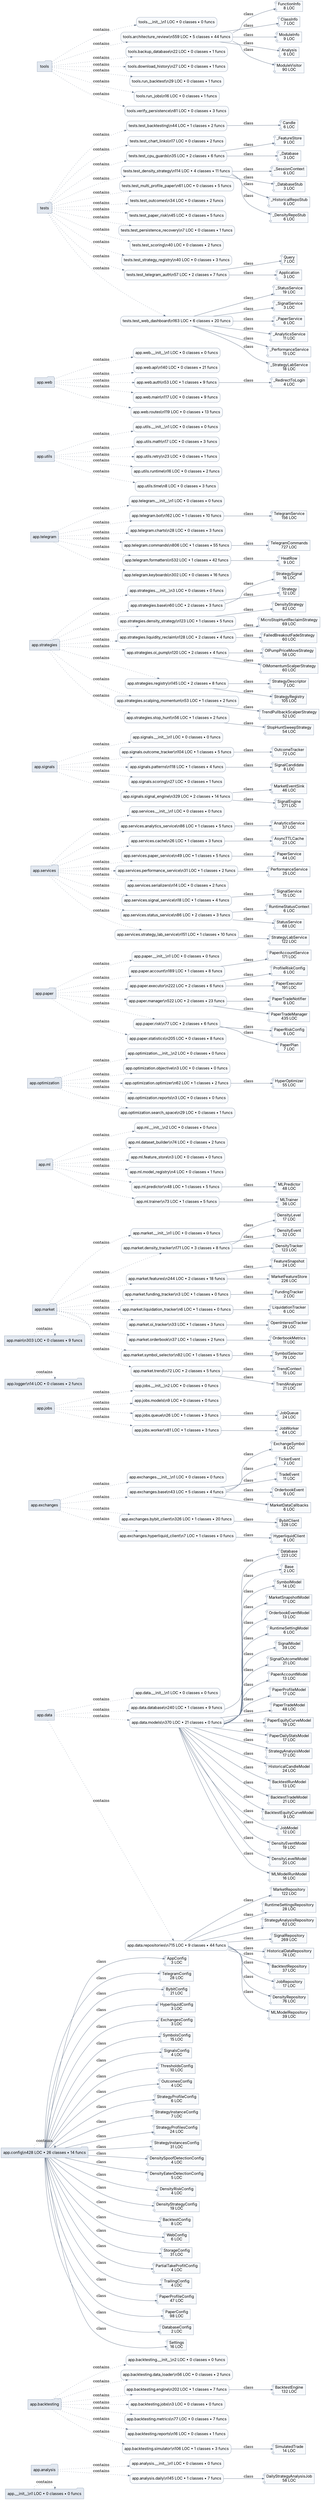
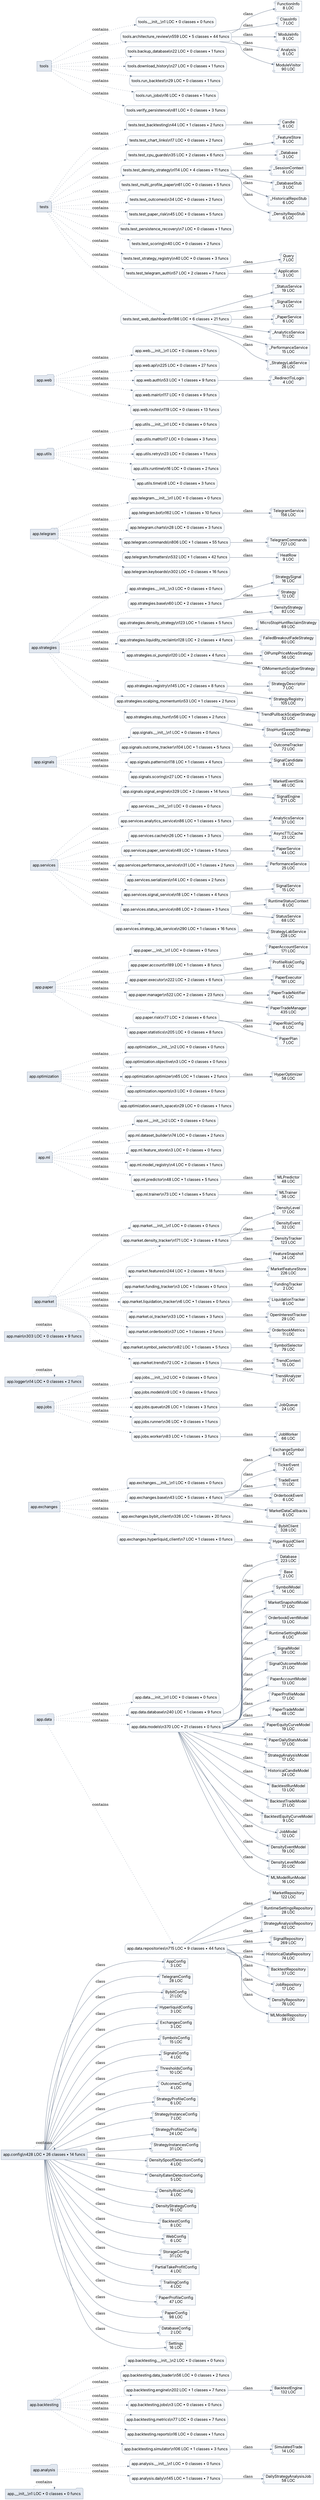
digraph architecture {
  graph [rankdir=LR, bgcolor="white", splines=true];
  node [shape=box, style="rounded,filled", fillcolor="#f8fafc", color="#94a3b8", fontname="Inter"];
  edge [color="#64748b", arrowsize=0.7];
  "app.__init__" [shape=folder, fillcolor="#e2e8f0"];
  "app.analysis" [shape=folder, fillcolor="#e2e8f0"];
  "app.backtesting" [shape=folder, fillcolor="#e2e8f0"];
  "app.config" [shape=folder, fillcolor="#e2e8f0"];
  "app.data" [shape=folder, fillcolor="#e2e8f0"];
  "app.exchanges" [shape=folder, fillcolor="#e2e8f0"];
  "app.jobs" [shape=folder, fillcolor="#e2e8f0"];
  "app.logger" [shape=folder, fillcolor="#e2e8f0"];
  "app.main" [shape=folder, fillcolor="#e2e8f0"];
  "app.market" [shape=folder, fillcolor="#e2e8f0"];
  "app.ml" [shape=folder, fillcolor="#e2e8f0"];
  "app.optimization" [shape=folder, fillcolor="#e2e8f0"];
  "app.paper" [shape=folder, fillcolor="#e2e8f0"];
  "app.services" [shape=folder, fillcolor="#e2e8f0"];
  "app.signals" [shape=folder, fillcolor="#e2e8f0"];
  "app.strategies" [shape=folder, fillcolor="#e2e8f0"];
  "app.telegram" [shape=folder, fillcolor="#e2e8f0"];
  "app.utils" [shape=folder, fillcolor="#e2e8f0"];
  "app.web" [shape=folder, fillcolor="#e2e8f0"];
  "tests" [shape=folder, fillcolor="#e2e8f0"];
  "tools" [shape=folder, fillcolor="#e2e8f0"];
  "app.__init__" [label="app.__init__\\n1 LOC • 0 classes • 0 funcs"];
  "app.__init__" -> "app.__init__" [style=dotted, label="contains"];
  "app.analysis.__init__" [label="app.analysis.__init__\\n1 LOC • 0 classes • 0 funcs"];
  "app.analysis" -> "app.analysis.__init__" [style=dotted, label="contains"];
  "app.analysis.daily" [label="app.analysis.daily\\n145 LOC • 1 classes • 7 funcs"];
  "app.analysis" -> "app.analysis.daily" [style=dotted, label="contains"];
  "app.analysis.daily.DailyStrategyAnalysisJob" [shape=component, label="DailyStrategyAnalysisJob\n58 LOC"];
  "app.analysis.daily" -> "app.analysis.daily.DailyStrategyAnalysisJob" [label="class"];
  "app.backtesting.__init__" [label="app.backtesting.__init__\\n2 LOC • 0 classes • 0 funcs"];
  "app.backtesting" -> "app.backtesting.__init__" [style=dotted, label="contains"];
  "app.backtesting.data_loader" [label="app.backtesting.data_loader\\n56 LOC • 0 classes • 2 funcs"];
  "app.backtesting" -> "app.backtesting.data_loader" [style=dotted, label="contains"];
  "app.backtesting.engine" [label="app.backtesting.engine\\n202 LOC • 1 classes • 7 funcs"];
  "app.backtesting" -> "app.backtesting.engine" [style=dotted, label="contains"];
  "app.backtesting.engine.BacktestEngine" [shape=component, label="BacktestEngine\n132 LOC"];
  "app.backtesting.engine" -> "app.backtesting.engine.BacktestEngine" [label="class"];
  "app.backtesting.jobs" [label="app.backtesting.jobs\\n3 LOC • 0 classes • 0 funcs"];
  "app.backtesting" -> "app.backtesting.jobs" [style=dotted, label="contains"];
  "app.backtesting.metrics" [label="app.backtesting.metrics\\n77 LOC • 0 classes • 7 funcs"];
  "app.backtesting" -> "app.backtesting.metrics" [style=dotted, label="contains"];
  "app.backtesting.reports" [label="app.backtesting.reports\\n16 LOC • 0 classes • 1 funcs"];
  "app.backtesting" -> "app.backtesting.reports" [style=dotted, label="contains"];
  "app.backtesting.simulator" [label="app.backtesting.simulator\\n106 LOC • 1 classes • 3 funcs"];
  "app.backtesting" -> "app.backtesting.simulator" [style=dotted, label="contains"];
  "app.backtesting.simulator.SimulatedTrade" [shape=component, label="SimulatedTrade\n14 LOC"];
  "app.backtesting.simulator" -> "app.backtesting.simulator.SimulatedTrade" [label="class"];
  "app.config" [label="app.config\\n428 LOC • 26 classes • 14 funcs"];
  "app.config" -> "app.config" [style=dotted, label="contains"];
  "app.config.AppConfig" [shape=component, label="AppConfig\n3 LOC"];
  "app.config" -> "app.config.AppConfig" [label="class"];
  "app.config.TelegramConfig" [shape=component, label="TelegramConfig\n28 LOC"];
  "app.config" -> "app.config.TelegramConfig" [label="class"];
  "app.config.BybitConfig" [shape=component, label="BybitConfig\n21 LOC"];
  "app.config" -> "app.config.BybitConfig" [label="class"];
  "app.config.HyperliquidConfig" [shape=component, label="HyperliquidConfig\n3 LOC"];
  "app.config" -> "app.config.HyperliquidConfig" [label="class"];
  "app.config.ExchangesConfig" [shape=component, label="ExchangesConfig\n3 LOC"];
  "app.config" -> "app.config.ExchangesConfig" [label="class"];
  "app.config.SymbolsConfig" [shape=component, label="SymbolsConfig\n15 LOC"];
  "app.config" -> "app.config.SymbolsConfig" [label="class"];
  "app.config.SignalsConfig" [shape=component, label="SignalsConfig\n4 LOC"];
  "app.config" -> "app.config.SignalsConfig" [label="class"];
  "app.config.ThresholdsConfig" [shape=component, label="ThresholdsConfig\n10 LOC"];
  "app.config" -> "app.config.ThresholdsConfig" [label="class"];
  "app.config.OutcomesConfig" [shape=component, label="OutcomesConfig\n4 LOC"];
  "app.config" -> "app.config.OutcomesConfig" [label="class"];
  "app.config.StrategyProfileConfig" [shape=component, label="StrategyProfileConfig\n6 LOC"];
  "app.config" -> "app.config.StrategyProfileConfig" [label="class"];
  "app.config.StrategyInstanceConfig" [shape=component, label="StrategyInstanceConfig\n7 LOC"];
  "app.config" -> "app.config.StrategyInstanceConfig" [label="class"];
  "app.config.StrategyProfilesConfig" [shape=component, label="StrategyProfilesConfig\n24 LOC"];
  "app.config" -> "app.config.StrategyProfilesConfig" [label="class"];
  "app.config.StrategyInstancesConfig" [shape=component, label="StrategyInstancesConfig\n31 LOC"];
  "app.config" -> "app.config.StrategyInstancesConfig" [label="class"];
  "app.config.DensitySpoofDetectionConfig" [shape=component, label="DensitySpoofDetectionConfig\n4 LOC"];
  "app.config" -> "app.config.DensitySpoofDetectionConfig" [label="class"];
  "app.config.DensityEatenDetectionConfig" [shape=component, label="DensityEatenDetectionConfig\n5 LOC"];
  "app.config" -> "app.config.DensityEatenDetectionConfig" [label="class"];
  "app.config.DensityRiskConfig" [shape=component, label="DensityRiskConfig\n4 LOC"];
  "app.config" -> "app.config.DensityRiskConfig" [label="class"];
  "app.config.DensityStrategyConfig" [shape=component, label="DensityStrategyConfig\n19 LOC"];
  "app.config" -> "app.config.DensityStrategyConfig" [label="class"];
  "app.config.BacktestConfig" [shape=component, label="BacktestConfig\n8 LOC"];
  "app.config" -> "app.config.BacktestConfig" [label="class"];
  "app.config.WebConfig" [shape=component, label="WebConfig\n6 LOC"];
  "app.config" -> "app.config.WebConfig" [label="class"];
  "app.config.StorageConfig" [shape=component, label="StorageConfig\n31 LOC"];
  "app.config" -> "app.config.StorageConfig" [label="class"];
  "app.config.PartialTakeProfitConfig" [shape=component, label="PartialTakeProfitConfig\n4 LOC"];
  "app.config" -> "app.config.PartialTakeProfitConfig" [label="class"];
  "app.config.TrailingConfig" [shape=component, label="TrailingConfig\n4 LOC"];
  "app.config" -> "app.config.TrailingConfig" [label="class"];
  "app.config.PaperProfileConfig" [shape=component, label="PaperProfileConfig\n47 LOC"];
  "app.config" -> "app.config.PaperProfileConfig" [label="class"];
  "app.config.PaperConfig" [shape=component, label="PaperConfig\n98 LOC"];
  "app.config" -> "app.config.PaperConfig" [label="class"];
  "app.config.DatabaseConfig" [shape=component, label="DatabaseConfig\n2 LOC"];
  "app.config" -> "app.config.DatabaseConfig" [label="class"];
  "app.config.Settings" [shape=component, label="Settings\n16 LOC"];
  "app.config" -> "app.config.Settings" [label="class"];
  "app.data.__init__" [label="app.data.__init__\\n1 LOC • 0 classes • 0 funcs"];
  "app.data" -> "app.data.__init__" [style=dotted, label="contains"];
  "app.data.database" [label="app.data.database\\n240 LOC • 1 classes • 9 funcs"];
  "app.data" -> "app.data.database" [style=dotted, label="contains"];
  "app.data.database.Database" [shape=component, label="Database\n223 LOC"];
  "app.data.database" -> "app.data.database.Database" [label="class"];
  "app.data.models" [label="app.data.models\\n370 LOC • 21 classes • 0 funcs"];
  "app.data" -> "app.data.models" [style=dotted, label="contains"];
  "app.data.models.Base" [shape=component, label="Base\n2 LOC"];
  "app.data.models" -> "app.data.models.Base" [label="class"];
  "app.data.models.SymbolModel" [shape=component, label="SymbolModel\n14 LOC"];
  "app.data.models" -> "app.data.models.SymbolModel" [label="class"];
  "app.data.models.MarketSnapshotModel" [shape=component, label="MarketSnapshotModel\n17 LOC"];
  "app.data.models" -> "app.data.models.MarketSnapshotModel" [label="class"];
  "app.data.models.OrderbookEventModel" [shape=component, label="OrderbookEventModel\n13 LOC"];
  "app.data.models" -> "app.data.models.OrderbookEventModel" [label="class"];
  "app.data.models.RuntimeSettingModel" [shape=component, label="RuntimeSettingModel\n6 LOC"];
  "app.data.models" -> "app.data.models.RuntimeSettingModel" [label="class"];
  "app.data.models.SignalModel" [shape=component, label="SignalModel\n39 LOC"];
  "app.data.models" -> "app.data.models.SignalModel" [label="class"];
  "app.data.models.SignalOutcomeModel" [shape=component, label="SignalOutcomeModel\n21 LOC"];
  "app.data.models" -> "app.data.models.SignalOutcomeModel" [label="class"];
  "app.data.models.PaperAccountModel" [shape=component, label="PaperAccountModel\n13 LOC"];
  "app.data.models" -> "app.data.models.PaperAccountModel" [label="class"];
  "app.data.models.PaperProfileModel" [shape=component, label="PaperProfileModel\n17 LOC"];
  "app.data.models" -> "app.data.models.PaperProfileModel" [label="class"];
  "app.data.models.PaperTradeModel" [shape=component, label="PaperTradeModel\n48 LOC"];
  "app.data.models" -> "app.data.models.PaperTradeModel" [label="class"];
  "app.data.models.PaperEquityCurveModel" [shape=component, label="PaperEquityCurveModel\n19 LOC"];
  "app.data.models" -> "app.data.models.PaperEquityCurveModel" [label="class"];
  "app.data.models.PaperDailyStatsModel" [shape=component, label="PaperDailyStatsModel\n17 LOC"];
  "app.data.models" -> "app.data.models.PaperDailyStatsModel" [label="class"];
  "app.data.models.StrategyAnalysisModel" [shape=component, label="StrategyAnalysisModel\n17 LOC"];
  "app.data.models" -> "app.data.models.StrategyAnalysisModel" [label="class"];
  "app.data.models.HistoricalCandleModel" [shape=component, label="HistoricalCandleModel\n24 LOC"];
  "app.data.models" -> "app.data.models.HistoricalCandleModel" [label="class"];
  "app.data.models.BacktestRunModel" [shape=component, label="BacktestRunModel\n13 LOC"];
  "app.data.models" -> "app.data.models.BacktestRunModel" [label="class"];
  "app.data.models.BacktestTradeModel" [shape=component, label="BacktestTradeModel\n21 LOC"];
  "app.data.models" -> "app.data.models.BacktestTradeModel" [label="class"];
  "app.data.models.BacktestEquityCurveModel" [shape=component, label="BacktestEquityCurveModel\n9 LOC"];
  "app.data.models" -> "app.data.models.BacktestEquityCurveModel" [label="class"];
  "app.data.models.JobModel" [shape=component, label="JobModel\n12 LOC"];
  "app.data.models" -> "app.data.models.JobModel" [label="class"];
  "app.data.models.DensityEventModel" [shape=component, label="DensityEventModel\n19 LOC"];
  "app.data.models" -> "app.data.models.DensityEventModel" [label="class"];
  "app.data.models.DensityLevelModel" [shape=component, label="DensityLevelModel\n20 LOC"];
  "app.data.models" -> "app.data.models.DensityLevelModel" [label="class"];
  "app.data.models.MLModelRunModel" [shape=component, label="MLModelRunModel\n16 LOC"];
  "app.data.models" -> "app.data.models.MLModelRunModel" [label="class"];
  "app.data.repositories" [label="app.data.repositories\\n715 LOC • 9 classes • 44 funcs"];
  "app.data" -> "app.data.repositories" [style=dotted, label="contains"];
  "app.data.repositories.MarketRepository" [shape=component, label="MarketRepository\n122 LOC"];
  "app.data.repositories" -> "app.data.repositories.MarketRepository" [label="class"];
  "app.data.repositories.RuntimeSettingsRepository" [shape=component, label="RuntimeSettingsRepository\n28 LOC"];
  "app.data.repositories" -> "app.data.repositories.RuntimeSettingsRepository" [label="class"];
  "app.data.repositories.StrategyAnalysisRepository" [shape=component, label="StrategyAnalysisRepository\n62 LOC"];
  "app.data.repositories" -> "app.data.repositories.StrategyAnalysisRepository" [label="class"];
  "app.data.repositories.SignalRepository" [shape=component, label="SignalRepository\n269 LOC"];
  "app.data.repositories" -> "app.data.repositories.SignalRepository" [label="class"];
  "app.data.repositories.HistoricalDataRepository" [shape=component, label="HistoricalDataRepository\n74 LOC"];
  "app.data.repositories" -> "app.data.repositories.HistoricalDataRepository" [label="class"];
  "app.data.repositories.BacktestRepository" [shape=component, label="BacktestRepository\n37 LOC"];
  "app.data.repositories" -> "app.data.repositories.BacktestRepository" [label="class"];
  "app.data.repositories.JobRepository" [shape=component, label="JobRepository\n17 LOC"];
  "app.data.repositories" -> "app.data.repositories.JobRepository" [label="class"];
  "app.data.repositories.DensityRepository" [shape=component, label="DensityRepository\n76 LOC"];
  "app.data.repositories" -> "app.data.repositories.DensityRepository" [label="class"];
  "app.data.repositories.MLModelRepository" [shape=component, label="MLModelRepository\n39 LOC"];
  "app.data.repositories" -> "app.data.repositories.MLModelRepository" [label="class"];
  "app.exchanges.__init__" [label="app.exchanges.__init__\\n1 LOC • 0 classes • 0 funcs"];
  "app.exchanges" -> "app.exchanges.__init__" [style=dotted, label="contains"];
  "app.exchanges.base" [label="app.exchanges.base\\n43 LOC • 5 classes • 4 funcs"];
  "app.exchanges" -> "app.exchanges.base" [style=dotted, label="contains"];
  "app.exchanges.base.ExchangeSymbol" [shape=component, label="ExchangeSymbol\n8 LOC"];
  "app.exchanges.base" -> "app.exchanges.base.ExchangeSymbol" [label="class"];
  "app.exchanges.base.TickerEvent" [shape=component, label="TickerEvent\n7 LOC"];
  "app.exchanges.base" -> "app.exchanges.base.TickerEvent" [label="class"];
  "app.exchanges.base.TradeEvent" [shape=component, label="TradeEvent\n11 LOC"];
  "app.exchanges.base" -> "app.exchanges.base.TradeEvent" [label="class"];
  "app.exchanges.base.OrderbookEvent" [shape=component, label="OrderbookEvent\n6 LOC"];
  "app.exchanges.base" -> "app.exchanges.base.OrderbookEvent" [label="class"];
  "app.exchanges.base.MarketDataCallbacks" [shape=component, label="MarketDataCallbacks\n6 LOC"];
  "app.exchanges.base" -> "app.exchanges.base.MarketDataCallbacks" [label="class"];
  "app.exchanges.bybit_client" [label="app.exchanges.bybit_client\\n326 LOC • 1 classes • 20 funcs"];
  "app.exchanges" -> "app.exchanges.bybit_client" [style=dotted, label="contains"];
  "app.exchanges.bybit_client.BybitClient" [shape=component, label="BybitClient\n328 LOC"];
  "app.exchanges.bybit_client" -> "app.exchanges.bybit_client.BybitClient" [label="class"];
  "app.exchanges.hyperliquid_client" [label="app.exchanges.hyperliquid_client\\n7 LOC • 1 classes • 0 funcs"];
  "app.exchanges" -> "app.exchanges.hyperliquid_client" [style=dotted, label="contains"];
  "app.exchanges.hyperliquid_client.HyperliquidClient" [shape=component, label="HyperliquidClient\n8 LOC"];
  "app.exchanges.hyperliquid_client" -> "app.exchanges.hyperliquid_client.HyperliquidClient" [label="class"];
  "app.jobs.__init__" [label="app.jobs.__init__\\n2 LOC • 0 classes • 0 funcs"];
  "app.jobs" -> "app.jobs.__init__" [style=dotted, label="contains"];
  "app.jobs.models" [label="app.jobs.models\\n9 LOC • 0 classes • 0 funcs"];
  "app.jobs" -> "app.jobs.models" [style=dotted, label="contains"];
  "app.jobs.queue" [label="app.jobs.queue\\n26 LOC • 1 classes • 3 funcs"];
  "app.jobs" -> "app.jobs.queue" [style=dotted, label="contains"];
  "app.jobs.queue.JobQueue" [shape=component, label="JobQueue\n24 LOC"];
  "app.jobs.queue" -> "app.jobs.queue.JobQueue" [label="class"];
-   "app.jobs.worker" [label="app.jobs.worker\\n81 LOC • 1 classes • 3 funcs"];
+   "app.jobs.runner" [label="app.jobs.runner\\n36 LOC • 0 classes • 1 funcs"];
+   "app.jobs" -> "app.jobs.runner" [style=dotted, label="contains"];
+   "app.jobs.worker" [label="app.jobs.worker\\n83 LOC • 1 classes • 3 funcs"];
  "app.jobs" -> "app.jobs.worker" [style=dotted, label="contains"];
-   "app.jobs.worker.JobWorker" [shape=component, label="JobWorker\n64 LOC"];
+   "app.jobs.worker.JobWorker" [shape=component, label="JobWorker\n66 LOC"];
  "app.jobs.worker" -> "app.jobs.worker.JobWorker" [label="class"];
  "app.logger" [label="app.logger\\n14 LOC • 0 classes • 2 funcs"];
  "app.logger" -> "app.logger" [style=dotted, label="contains"];
  "app.main" [label="app.main\\n303 LOC • 0 classes • 9 funcs"];
  "app.main" -> "app.main" [style=dotted, label="contains"];
  "app.market.__init__" [label="app.market.__init__\\n1 LOC • 0 classes • 0 funcs"];
  "app.market" -> "app.market.__init__" [style=dotted, label="contains"];
  "app.market.density_tracker" [label="app.market.density_tracker\\n171 LOC • 3 classes • 8 funcs"];
  "app.market" -> "app.market.density_tracker" [style=dotted, label="contains"];
  "app.market.density_tracker.DensityLevel" [shape=component, label="DensityLevel\n17 LOC"];
  "app.market.density_tracker" -> "app.market.density_tracker.DensityLevel" [label="class"];
  "app.market.density_tracker.DensityEvent" [shape=component, label="DensityEvent\n32 LOC"];
  "app.market.density_tracker" -> "app.market.density_tracker.DensityEvent" [label="class"];
  "app.market.density_tracker.DensityTracker" [shape=component, label="DensityTracker\n123 LOC"];
  "app.market.density_tracker" -> "app.market.density_tracker.DensityTracker" [label="class"];
  "app.market.features" [label="app.market.features\\n244 LOC • 2 classes • 18 funcs"];
  "app.market" -> "app.market.features" [style=dotted, label="contains"];
  "app.market.features.FeatureSnapshot" [shape=component, label="FeatureSnapshot\n24 LOC"];
  "app.market.features" -> "app.market.features.FeatureSnapshot" [label="class"];
  "app.market.features.MarketFeatureStore" [shape=component, label="MarketFeatureStore\n226 LOC"];
  "app.market.features" -> "app.market.features.MarketFeatureStore" [label="class"];
  "app.market.funding_tracker" [label="app.market.funding_tracker\\n3 LOC • 1 classes • 0 funcs"];
  "app.market" -> "app.market.funding_tracker" [style=dotted, label="contains"];
  "app.market.funding_tracker.FundingTracker" [shape=component, label="FundingTracker\n2 LOC"];
  "app.market.funding_tracker" -> "app.market.funding_tracker.FundingTracker" [label="class"];
  "app.market.liquidation_tracker" [label="app.market.liquidation_tracker\\n6 LOC • 1 classes • 0 funcs"];
  "app.market" -> "app.market.liquidation_tracker" [style=dotted, label="contains"];
  "app.market.liquidation_tracker.LiquidationTracker" [shape=component, label="LiquidationTracker\n6 LOC"];
  "app.market.liquidation_tracker" -> "app.market.liquidation_tracker.LiquidationTracker" [label="class"];
  "app.market.oi_tracker" [label="app.market.oi_tracker\\n33 LOC • 1 classes • 3 funcs"];
  "app.market" -> "app.market.oi_tracker" [style=dotted, label="contains"];
  "app.market.oi_tracker.OpenInterestTracker" [shape=component, label="OpenInterestTracker\n29 LOC"];
  "app.market.oi_tracker" -> "app.market.oi_tracker.OpenInterestTracker" [label="class"];
  "app.market.orderbook" [label="app.market.orderbook\\n37 LOC • 1 classes • 2 funcs"];
  "app.market" -> "app.market.orderbook" [style=dotted, label="contains"];
  "app.market.orderbook.OrderbookMetrics" [shape=component, label="OrderbookMetrics\n11 LOC"];
  "app.market.orderbook" -> "app.market.orderbook.OrderbookMetrics" [label="class"];
  "app.market.symbol_selector" [label="app.market.symbol_selector\\n82 LOC • 1 classes • 5 funcs"];
  "app.market" -> "app.market.symbol_selector" [style=dotted, label="contains"];
  "app.market.symbol_selector.SymbolSelector" [shape=component, label="SymbolSelector\n79 LOC"];
  "app.market.symbol_selector" -> "app.market.symbol_selector.SymbolSelector" [label="class"];
  "app.market.trend" [label="app.market.trend\\n72 LOC • 2 classes • 5 funcs"];
  "app.market" -> "app.market.trend" [style=dotted, label="contains"];
  "app.market.trend.TrendContext" [shape=component, label="TrendContext\n15 LOC"];
  "app.market.trend" -> "app.market.trend.TrendContext" [label="class"];
  "app.market.trend.TrendAnalyzer" [shape=component, label="TrendAnalyzer\n21 LOC"];
  "app.market.trend" -> "app.market.trend.TrendAnalyzer" [label="class"];
  "app.ml.__init__" [label="app.ml.__init__\\n2 LOC • 0 classes • 0 funcs"];
  "app.ml" -> "app.ml.__init__" [style=dotted, label="contains"];
  "app.ml.dataset_builder" [label="app.ml.dataset_builder\\n74 LOC • 0 classes • 2 funcs"];
  "app.ml" -> "app.ml.dataset_builder" [style=dotted, label="contains"];
  "app.ml.feature_store" [label="app.ml.feature_store\\n3 LOC • 0 classes • 0 funcs"];
  "app.ml" -> "app.ml.feature_store" [style=dotted, label="contains"];
  "app.ml.model_registry" [label="app.ml.model_registry\\n4 LOC • 0 classes • 1 funcs"];
  "app.ml" -> "app.ml.model_registry" [style=dotted, label="contains"];
  "app.ml.predictor" [label="app.ml.predictor\\n48 LOC • 1 classes • 5 funcs"];
  "app.ml" -> "app.ml.predictor" [style=dotted, label="contains"];
  "app.ml.predictor.MLPredictor" [shape=component, label="MLPredictor\n48 LOC"];
  "app.ml.predictor" -> "app.ml.predictor.MLPredictor" [label="class"];
  "app.ml.trainer" [label="app.ml.trainer\\n73 LOC • 1 classes • 5 funcs"];
  "app.ml" -> "app.ml.trainer" [style=dotted, label="contains"];
  "app.ml.trainer.MLTrainer" [shape=component, label="MLTrainer\n36 LOC"];
  "app.ml.trainer" -> "app.ml.trainer.MLTrainer" [label="class"];
  "app.optimization.__init__" [label="app.optimization.__init__\\n2 LOC • 0 classes • 0 funcs"];
  "app.optimization" -> "app.optimization.__init__" [style=dotted, label="contains"];
  "app.optimization.objective" [label="app.optimization.objective\\n3 LOC • 0 classes • 0 funcs"];
  "app.optimization" -> "app.optimization.objective" [style=dotted, label="contains"];
-   "app.optimization.optimizer" [label="app.optimization.optimizer\\n62 LOC • 1 classes • 2 funcs"];
+   "app.optimization.optimizer" [label="app.optimization.optimizer\\n65 LOC • 1 classes • 2 funcs"];
  "app.optimization" -> "app.optimization.optimizer" [style=dotted, label="contains"];
-   "app.optimization.optimizer.HyperOptimizer" [shape=component, label="HyperOptimizer\n55 LOC"];
+   "app.optimization.optimizer.HyperOptimizer" [shape=component, label="HyperOptimizer\n58 LOC"];
  "app.optimization.optimizer" -> "app.optimization.optimizer.HyperOptimizer" [label="class"];
  "app.optimization.reports" [label="app.optimization.reports\\n3 LOC • 0 classes • 0 funcs"];
  "app.optimization" -> "app.optimization.reports" [style=dotted, label="contains"];
  "app.optimization.search_space" [label="app.optimization.search_space\\n29 LOC • 0 classes • 1 funcs"];
  "app.optimization" -> "app.optimization.search_space" [style=dotted, label="contains"];
  "app.paper.__init__" [label="app.paper.__init__\\n1 LOC • 0 classes • 0 funcs"];
  "app.paper" -> "app.paper.__init__" [style=dotted, label="contains"];
  "app.paper.account" [label="app.paper.account\\n189 LOC • 1 classes • 8 funcs"];
  "app.paper" -> "app.paper.account" [style=dotted, label="contains"];
  "app.paper.account.PaperAccountService" [shape=component, label="PaperAccountService\n171 LOC"];
  "app.paper.account" -> "app.paper.account.PaperAccountService" [label="class"];
  "app.paper.executor" [label="app.paper.executor\\n222 LOC • 2 classes • 6 funcs"];
  "app.paper" -> "app.paper.executor" [style=dotted, label="contains"];
  "app.paper.executor.ProfileRiskConfig" [shape=component, label="ProfileRiskConfig\n6 LOC"];
  "app.paper.executor" -> "app.paper.executor.ProfileRiskConfig" [label="class"];
  "app.paper.executor.PaperExecutor" [shape=component, label="PaperExecutor\n191 LOC"];
  "app.paper.executor" -> "app.paper.executor.PaperExecutor" [label="class"];
  "app.paper.manager" [label="app.paper.manager\\n522 LOC • 2 classes • 23 funcs"];
  "app.paper" -> "app.paper.manager" [style=dotted, label="contains"];
  "app.paper.manager.PaperTradeNotifier" [shape=component, label="PaperTradeNotifier\n6 LOC"];
  "app.paper.manager" -> "app.paper.manager.PaperTradeNotifier" [label="class"];
  "app.paper.manager.PaperTradeManager" [shape=component, label="PaperTradeManager\n435 LOC"];
  "app.paper.manager" -> "app.paper.manager.PaperTradeManager" [label="class"];
  "app.paper.risk" [label="app.paper.risk\\n77 LOC • 2 classes • 6 funcs"];
  "app.paper" -> "app.paper.risk" [style=dotted, label="contains"];
  "app.paper.risk.PaperRiskConfig" [shape=component, label="PaperRiskConfig\n6 LOC"];
  "app.paper.risk" -> "app.paper.risk.PaperRiskConfig" [label="class"];
  "app.paper.risk.PaperPlan" [shape=component, label="PaperPlan\n7 LOC"];
  "app.paper.risk" -> "app.paper.risk.PaperPlan" [label="class"];
  "app.paper.statistics" [label="app.paper.statistics\\n205 LOC • 0 classes • 8 funcs"];
  "app.paper" -> "app.paper.statistics" [style=dotted, label="contains"];
  "app.services.__init__" [label="app.services.__init__\\n1 LOC • 0 classes • 0 funcs"];
  "app.services" -> "app.services.__init__" [style=dotted, label="contains"];
  "app.services.analytics_service" [label="app.services.analytics_service\\n86 LOC • 1 classes • 5 funcs"];
  "app.services" -> "app.services.analytics_service" [style=dotted, label="contains"];
  "app.services.analytics_service.AnalyticsService" [shape=component, label="AnalyticsService\n37 LOC"];
  "app.services.analytics_service" -> "app.services.analytics_service.AnalyticsService" [label="class"];
  "app.services.cache" [label="app.services.cache\\n26 LOC • 1 classes • 3 funcs"];
  "app.services" -> "app.services.cache" [style=dotted, label="contains"];
  "app.services.cache.AsyncTTLCache" [shape=component, label="AsyncTTLCache\n23 LOC"];
  "app.services.cache" -> "app.services.cache.AsyncTTLCache" [label="class"];
  "app.services.paper_service" [label="app.services.paper_service\\n49 LOC • 1 classes • 5 funcs"];
  "app.services" -> "app.services.paper_service" [style=dotted, label="contains"];
  "app.services.paper_service.PaperService" [shape=component, label="PaperService\n44 LOC"];
  "app.services.paper_service" -> "app.services.paper_service.PaperService" [label="class"];
  "app.services.performance_service" [label="app.services.performance_service\\n31 LOC • 1 classes • 2 funcs"];
  "app.services" -> "app.services.performance_service" [style=dotted, label="contains"];
  "app.services.performance_service.PerformanceService" [shape=component, label="PerformanceService\n25 LOC"];
  "app.services.performance_service" -> "app.services.performance_service.PerformanceService" [label="class"];
  "app.services.serializers" [label="app.services.serializers\\n14 LOC • 0 classes • 2 funcs"];
  "app.services" -> "app.services.serializers" [style=dotted, label="contains"];
  "app.services.signal_service" [label="app.services.signal_service\\n18 LOC • 1 classes • 4 funcs"];
  "app.services" -> "app.services.signal_service" [style=dotted, label="contains"];
  "app.services.signal_service.SignalService" [shape=component, label="SignalService\n15 LOC"];
  "app.services.signal_service" -> "app.services.signal_service.SignalService" [label="class"];
  "app.services.status_service" [label="app.services.status_service\\n86 LOC • 2 classes • 3 funcs"];
  "app.services" -> "app.services.status_service" [style=dotted, label="contains"];
  "app.services.status_service.RuntimeStatusContext" [shape=component, label="RuntimeStatusContext\n6 LOC"];
  "app.services.status_service" -> "app.services.status_service.RuntimeStatusContext" [label="class"];
  "app.services.status_service.StatusService" [shape=component, label="StatusService\n68 LOC"];
  "app.services.status_service" -> "app.services.status_service.StatusService" [label="class"];
-   "app.services.strategy_lab_service" [label="app.services.strategy_lab_service\\n151 LOC • 1 classes • 10 funcs"];
+   "app.services.strategy_lab_service" [label="app.services.strategy_lab_service\\n290 LOC • 1 classes • 16 funcs"];
  "app.services" -> "app.services.strategy_lab_service" [style=dotted, label="contains"];
-   "app.services.strategy_lab_service.StrategyLabService" [shape=component, label="StrategyLabService\n122 LOC"];
+   "app.services.strategy_lab_service.StrategyLabService" [shape=component, label="StrategyLabService\n228 LOC"];
  "app.services.strategy_lab_service" -> "app.services.strategy_lab_service.StrategyLabService" [label="class"];
  "app.signals.__init__" [label="app.signals.__init__\\n1 LOC • 0 classes • 0 funcs"];
  "app.signals" -> "app.signals.__init__" [style=dotted, label="contains"];
  "app.signals.outcome_tracker" [label="app.signals.outcome_tracker\\n104 LOC • 1 classes • 5 funcs"];
  "app.signals" -> "app.signals.outcome_tracker" [style=dotted, label="contains"];
  "app.signals.outcome_tracker.OutcomeTracker" [shape=component, label="OutcomeTracker\n72 LOC"];
  "app.signals.outcome_tracker" -> "app.signals.outcome_tracker.OutcomeTracker" [label="class"];
  "app.signals.patterns" [label="app.signals.patterns\\n118 LOC • 1 classes • 4 funcs"];
  "app.signals" -> "app.signals.patterns" [style=dotted, label="contains"];
  "app.signals.patterns.SignalCandidate" [shape=component, label="SignalCandidate\n8 LOC"];
  "app.signals.patterns" -> "app.signals.patterns.SignalCandidate" [label="class"];
  "app.signals.scoring" [label="app.signals.scoring\\n27 LOC • 0 classes • 1 funcs"];
  "app.signals" -> "app.signals.scoring" [style=dotted, label="contains"];
  "app.signals.signal_engine" [label="app.signals.signal_engine\\n329 LOC • 2 classes • 14 funcs"];
  "app.signals" -> "app.signals.signal_engine" [style=dotted, label="contains"];
  "app.signals.signal_engine.MarketEventSink" [shape=component, label="MarketEventSink\n46 LOC"];
  "app.signals.signal_engine" -> "app.signals.signal_engine.MarketEventSink" [label="class"];
  "app.signals.signal_engine.SignalEngine" [shape=component, label="SignalEngine\n271 LOC"];
  "app.signals.signal_engine" -> "app.signals.signal_engine.SignalEngine" [label="class"];
  "app.strategies.__init__" [label="app.strategies.__init__\\n3 LOC • 0 classes • 0 funcs"];
  "app.strategies" -> "app.strategies.__init__" [style=dotted, label="contains"];
  "app.strategies.base" [label="app.strategies.base\\n60 LOC • 2 classes • 3 funcs"];
  "app.strategies" -> "app.strategies.base" [style=dotted, label="contains"];
  "app.strategies.base.StrategySignal" [shape=component, label="StrategySignal\n16 LOC"];
  "app.strategies.base" -> "app.strategies.base.StrategySignal" [label="class"];
  "app.strategies.base.Strategy" [shape=component, label="Strategy\n12 LOC"];
  "app.strategies.base" -> "app.strategies.base.Strategy" [label="class"];
  "app.strategies.density_strategy" [label="app.strategies.density_strategy\\n123 LOC • 1 classes • 5 funcs"];
  "app.strategies" -> "app.strategies.density_strategy" [style=dotted, label="contains"];
  "app.strategies.density_strategy.DensityStrategy" [shape=component, label="DensityStrategy\n82 LOC"];
  "app.strategies.density_strategy" -> "app.strategies.density_strategy.DensityStrategy" [label="class"];
  "app.strategies.liquidity_reclaim" [label="app.strategies.liquidity_reclaim\\n128 LOC • 2 classes • 4 funcs"];
  "app.strategies" -> "app.strategies.liquidity_reclaim" [style=dotted, label="contains"];
  "app.strategies.liquidity_reclaim.MicroStopHuntReclaimStrategy" [shape=component, label="MicroStopHuntReclaimStrategy\n69 LOC"];
  "app.strategies.liquidity_reclaim" -> "app.strategies.liquidity_reclaim.MicroStopHuntReclaimStrategy" [label="class"];
  "app.strategies.liquidity_reclaim.FailedBreakoutFadeStrategy" [shape=component, label="FailedBreakoutFadeStrategy\n60 LOC"];
  "app.strategies.liquidity_reclaim" -> "app.strategies.liquidity_reclaim.FailedBreakoutFadeStrategy" [label="class"];
  "app.strategies.oi_pump" [label="app.strategies.oi_pump\\n120 LOC • 2 classes • 4 funcs"];
  "app.strategies" -> "app.strategies.oi_pump" [style=dotted, label="contains"];
  "app.strategies.oi_pump.OIPumpPriceMoveStrategy" [shape=component, label="OIPumpPriceMoveStrategy\n56 LOC"];
  "app.strategies.oi_pump" -> "app.strategies.oi_pump.OIPumpPriceMoveStrategy" [label="class"];
  "app.strategies.oi_pump.OIMomentumScalperStrategy" [shape=component, label="OIMomentumScalperStrategy\n60 LOC"];
  "app.strategies.oi_pump" -> "app.strategies.oi_pump.OIMomentumScalperStrategy" [label="class"];
  "app.strategies.registry" [label="app.strategies.registry\\n145 LOC • 2 classes • 8 funcs"];
  "app.strategies" -> "app.strategies.registry" [style=dotted, label="contains"];
  "app.strategies.registry.StrategyDescriptor" [shape=component, label="StrategyDescriptor\n7 LOC"];
  "app.strategies.registry" -> "app.strategies.registry.StrategyDescriptor" [label="class"];
  "app.strategies.registry.StrategyRegistry" [shape=component, label="StrategyRegistry\n105 LOC"];
  "app.strategies.registry" -> "app.strategies.registry.StrategyRegistry" [label="class"];
  "app.strategies.scalping_momentum" [label="app.strategies.scalping_momentum\\n53 LOC • 1 classes • 2 funcs"];
  "app.strategies" -> "app.strategies.scalping_momentum" [style=dotted, label="contains"];
  "app.strategies.scalping_momentum.TrendPullbackScalperStrategy" [shape=component, label="TrendPullbackScalperStrategy\n52 LOC"];
  "app.strategies.scalping_momentum" -> "app.strategies.scalping_momentum.TrendPullbackScalperStrategy" [label="class"];
  "app.strategies.stop_hunt" [label="app.strategies.stop_hunt\\n56 LOC • 1 classes • 2 funcs"];
  "app.strategies" -> "app.strategies.stop_hunt" [style=dotted, label="contains"];
  "app.strategies.stop_hunt.StopHuntSweepStrategy" [shape=component, label="StopHuntSweepStrategy\n54 LOC"];
  "app.strategies.stop_hunt" -> "app.strategies.stop_hunt.StopHuntSweepStrategy" [label="class"];
  "app.telegram.__init__" [label="app.telegram.__init__\\n1 LOC • 0 classes • 0 funcs"];
  "app.telegram" -> "app.telegram.__init__" [style=dotted, label="contains"];
  "app.telegram.bot" [label="app.telegram.bot\\n162 LOC • 1 classes • 10 funcs"];
  "app.telegram" -> "app.telegram.bot" [style=dotted, label="contains"];
  "app.telegram.bot.TelegramService" [shape=component, label="TelegramService\n156 LOC"];
  "app.telegram.bot" -> "app.telegram.bot.TelegramService" [label="class"];
  "app.telegram.charts" [label="app.telegram.charts\\n28 LOC • 0 classes • 3 funcs"];
  "app.telegram" -> "app.telegram.charts" [style=dotted, label="contains"];
  "app.telegram.commands" [label="app.telegram.commands\\n806 LOC • 1 classes • 55 funcs"];
  "app.telegram" -> "app.telegram.commands" [style=dotted, label="contains"];
  "app.telegram.commands.TelegramCommands" [shape=component, label="TelegramCommands\n727 LOC"];
  "app.telegram.commands" -> "app.telegram.commands.TelegramCommands" [label="class"];
  "app.telegram.formatters" [label="app.telegram.formatters\\n532 LOC • 1 classes • 42 funcs"];
  "app.telegram" -> "app.telegram.formatters" [style=dotted, label="contains"];
  "app.telegram.formatters.HeatRow" [shape=component, label="HeatRow\n9 LOC"];
  "app.telegram.formatters" -> "app.telegram.formatters.HeatRow" [label="class"];
  "app.telegram.keyboards" [label="app.telegram.keyboards\\n302 LOC • 0 classes • 16 funcs"];
  "app.telegram" -> "app.telegram.keyboards" [style=dotted, label="contains"];
  "app.utils.__init__" [label="app.utils.__init__\\n1 LOC • 0 classes • 0 funcs"];
  "app.utils" -> "app.utils.__init__" [style=dotted, label="contains"];
  "app.utils.math" [label="app.utils.math\\n17 LOC • 0 classes • 3 funcs"];
  "app.utils" -> "app.utils.math" [style=dotted, label="contains"];
  "app.utils.retry" [label="app.utils.retry\\n23 LOC • 0 classes • 1 funcs"];
  "app.utils" -> "app.utils.retry" [style=dotted, label="contains"];
  "app.utils.runtime" [label="app.utils.runtime\\n16 LOC • 0 classes • 2 funcs"];
  "app.utils" -> "app.utils.runtime" [style=dotted, label="contains"];
  "app.utils.time" [label="app.utils.time\\n8 LOC • 0 classes • 3 funcs"];
  "app.utils" -> "app.utils.time" [style=dotted, label="contains"];
  "app.web.__init__" [label="app.web.__init__\\n1 LOC • 0 classes • 0 funcs"];
  "app.web" -> "app.web.__init__" [style=dotted, label="contains"];
-   "app.web.api" [label="app.web.api\\n140 LOC • 0 classes • 21 funcs"];
+   "app.web.api" [label="app.web.api\\n225 LOC • 0 classes • 27 funcs"];
  "app.web" -> "app.web.api" [style=dotted, label="contains"];
  "app.web.auth" [label="app.web.auth\\n53 LOC • 1 classes • 9 funcs"];
  "app.web" -> "app.web.auth" [style=dotted, label="contains"];
  "app.web.auth._RedirectToLogin" [shape=component, label="_RedirectToLogin\n4 LOC"];
  "app.web.auth" -> "app.web.auth._RedirectToLogin" [label="class"];
  "app.web.main" [label="app.web.main\\n117 LOC • 0 classes • 9 funcs"];
  "app.web" -> "app.web.main" [style=dotted, label="contains"];
  "app.web.routes" [label="app.web.routes\\n119 LOC • 0 classes • 13 funcs"];
  "app.web" -> "app.web.routes" [style=dotted, label="contains"];
  "tests.test_backtesting" [label="tests.test_backtesting\\n44 LOC • 1 classes • 2 funcs"];
  "tests" -> "tests.test_backtesting" [style=dotted, label="contains"];
  "tests.test_backtesting.Candle" [shape=component, label="Candle\n6 LOC"];
  "tests.test_backtesting" -> "tests.test_backtesting.Candle" [label="class"];
  "tests.test_chart_links" [label="tests.test_chart_links\\n17 LOC • 0 classes • 2 funcs"];
  "tests" -> "tests.test_chart_links" [style=dotted, label="contains"];
  "tests.test_cpu_guards" [label="tests.test_cpu_guards\\n35 LOC • 2 classes • 6 funcs"];
  "tests" -> "tests.test_cpu_guards" [style=dotted, label="contains"];
  "tests.test_cpu_guards._FeatureStore" [shape=component, label="_FeatureStore\n9 LOC"];
  "tests.test_cpu_guards" -> "tests.test_cpu_guards._FeatureStore" [label="class"];
  "tests.test_cpu_guards.test_paper_price_update_skips_database_without_open_symbol._Database" [shape=component, label="_Database\n3 LOC"];
  "tests.test_cpu_guards" -> "tests.test_cpu_guards.test_paper_price_update_skips_database_without_open_symbol._Database" [label="class"];
  "tests.test_density_strategy" [label="tests.test_density_strategy\\n114 LOC • 4 classes • 11 funcs"];
  "tests" -> "tests.test_density_strategy" [style=dotted, label="contains"];
  "tests.test_density_strategy._SessionContext" [shape=component, label="_SessionContext\n6 LOC"];
  "tests.test_density_strategy" -> "tests.test_density_strategy._SessionContext" [label="class"];
  "tests.test_density_strategy._DatabaseStub" [shape=component, label="_DatabaseStub\n3 LOC"];
  "tests.test_density_strategy" -> "tests.test_density_strategy._DatabaseStub" [label="class"];
  "tests.test_density_strategy._HistoricalRepoStub" [shape=component, label="_HistoricalRepoStub\n6 LOC"];
  "tests.test_density_strategy" -> "tests.test_density_strategy._HistoricalRepoStub" [label="class"];
  "tests.test_density_strategy._DensityRepoStub" [shape=component, label="_DensityRepoStub\n6 LOC"];
  "tests.test_density_strategy" -> "tests.test_density_strategy._DensityRepoStub" [label="class"];
  "tests.test_multi_profile_paper" [label="tests.test_multi_profile_paper\\n61 LOC • 0 classes • 5 funcs"];
  "tests" -> "tests.test_multi_profile_paper" [style=dotted, label="contains"];
  "tests.test_outcomes" [label="tests.test_outcomes\\n34 LOC • 0 classes • 2 funcs"];
  "tests" -> "tests.test_outcomes" [style=dotted, label="contains"];
  "tests.test_paper_risk" [label="tests.test_paper_risk\\n45 LOC • 0 classes • 5 funcs"];
  "tests" -> "tests.test_paper_risk" [style=dotted, label="contains"];
  "tests.test_persistence_recovery" [label="tests.test_persistence_recovery\\n7 LOC • 0 classes • 1 funcs"];
  "tests" -> "tests.test_persistence_recovery" [style=dotted, label="contains"];
  "tests.test_scoring" [label="tests.test_scoring\\n40 LOC • 0 classes • 2 funcs"];
  "tests" -> "tests.test_scoring" [style=dotted, label="contains"];
  "tests.test_strategy_registry" [label="tests.test_strategy_registry\\n40 LOC • 0 classes • 3 funcs"];
  "tests" -> "tests.test_strategy_registry" [style=dotted, label="contains"];
  "tests.test_telegram_auth" [label="tests.test_telegram_auth\\n57 LOC • 2 classes • 7 funcs"];
  "tests" -> "tests.test_telegram_auth" [style=dotted, label="contains"];
  "tests.test_telegram_auth.test_callback_answers_before_background_processing.Query" [shape=component, label="Query\n7 LOC"];
  "tests.test_telegram_auth" -> "tests.test_telegram_auth.test_callback_answers_before_background_processing.Query" [label="class"];
  "tests.test_telegram_auth.test_callback_answers_before_background_processing.Application" [shape=component, label="Application\n3 LOC"];
  "tests.test_telegram_auth" -> "tests.test_telegram_auth.test_callback_answers_before_background_processing.Application" [label="class"];
-   "tests.test_web_dashboard" [label="tests.test_web_dashboard\\n163 LOC • 6 classes • 20 funcs"];
+   "tests.test_web_dashboard" [label="tests.test_web_dashboard\\n186 LOC • 6 classes • 21 funcs"];
  "tests" -> "tests.test_web_dashboard" [style=dotted, label="contains"];
  "tests.test_web_dashboard._StatusService" [shape=component, label="_StatusService\n19 LOC"];
  "tests.test_web_dashboard" -> "tests.test_web_dashboard._StatusService" [label="class"];
  "tests.test_web_dashboard._SignalService" [shape=component, label="_SignalService\n3 LOC"];
  "tests.test_web_dashboard" -> "tests.test_web_dashboard._SignalService" [label="class"];
  "tests.test_web_dashboard._PaperService" [shape=component, label="_PaperService\n6 LOC"];
  "tests.test_web_dashboard" -> "tests.test_web_dashboard._PaperService" [label="class"];
  "tests.test_web_dashboard._AnalyticsService" [shape=component, label="_AnalyticsService\n11 LOC"];
  "tests.test_web_dashboard" -> "tests.test_web_dashboard._AnalyticsService" [label="class"];
  "tests.test_web_dashboard._PerformanceService" [shape=component, label="_PerformanceService\n15 LOC"];
  "tests.test_web_dashboard" -> "tests.test_web_dashboard._PerformanceService" [label="class"];
-   "tests.test_web_dashboard._StrategyLabService" [shape=component, label="_StrategyLabService\n18 LOC"];
+   "tests.test_web_dashboard._StrategyLabService" [shape=component, label="_StrategyLabService\n26 LOC"];
  "tests.test_web_dashboard" -> "tests.test_web_dashboard._StrategyLabService" [label="class"];
  "tools.__init__" [label="tools.__init__\\n1 LOC • 0 classes • 0 funcs"];
  "tools" -> "tools.__init__" [style=dotted, label="contains"];
  "tools.architecture_review" [label="tools.architecture_review\\n559 LOC • 5 classes • 44 funcs"];
  "tools" -> "tools.architecture_review" [style=dotted, label="contains"];
  "tools.architecture_review.FunctionInfo" [shape=component, label="FunctionInfo\n8 LOC"];
  "tools.architecture_review" -> "tools.architecture_review.FunctionInfo" [label="class"];
  "tools.architecture_review.ClassInfo" [shape=component, label="ClassInfo\n7 LOC"];
  "tools.architecture_review" -> "tools.architecture_review.ClassInfo" [label="class"];
  "tools.architecture_review.ModuleInfo" [shape=component, label="ModuleInfo\n9 LOC"];
  "tools.architecture_review" -> "tools.architecture_review.ModuleInfo" [label="class"];
  "tools.architecture_review.Analysis" [shape=component, label="Analysis\n6 LOC"];
  "tools.architecture_review" -> "tools.architecture_review.Analysis" [label="class"];
  "tools.architecture_review.ModuleVisitor" [shape=component, label="ModuleVisitor\n90 LOC"];
  "tools.architecture_review" -> "tools.architecture_review.ModuleVisitor" [label="class"];
  "tools.backup_database" [label="tools.backup_database\\n22 LOC • 0 classes • 1 funcs"];
  "tools" -> "tools.backup_database" [style=dotted, label="contains"];
  "tools.download_history" [label="tools.download_history\\n27 LOC • 0 classes • 1 funcs"];
  "tools" -> "tools.download_history" [style=dotted, label="contains"];
  "tools.run_backtest" [label="tools.run_backtest\\n29 LOC • 0 classes • 1 funcs"];
  "tools" -> "tools.run_backtest" [style=dotted, label="contains"];
  "tools.run_jobs" [label="tools.run_jobs\\n16 LOC • 0 classes • 1 funcs"];
  "tools" -> "tools.run_jobs" [style=dotted, label="contains"];
  "tools.verify_persistence" [label="tools.verify_persistence\\n81 LOC • 0 classes • 3 funcs"];
  "tools" -> "tools.verify_persistence" [style=dotted, label="contains"];
}
